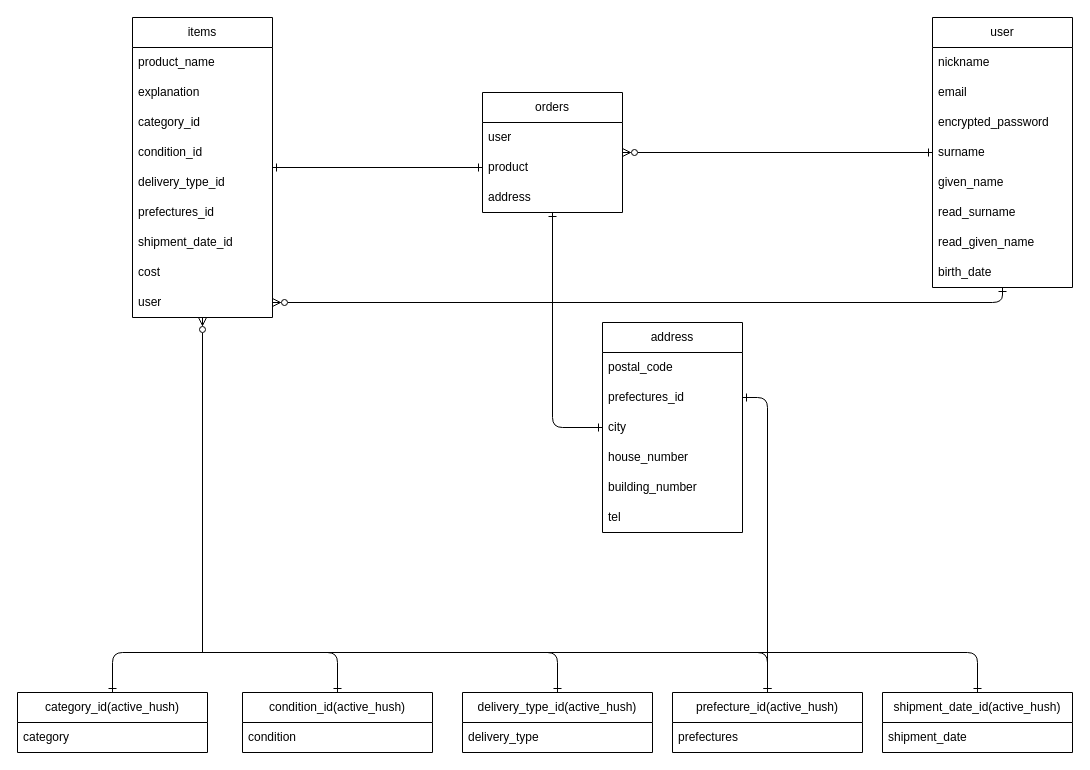
This is furima_ER.dio from Yuya7124/furima-39057, a draw.io file, before an edit. Source tidied: cells renumbered, new cells numbered last; positions are measured from the earlier drawing's top-left corner, leaving out a move shared by most shapes. Both pictures are drawn from the tidied source at 100%, with x=0, y=0 at pixel (17, 17).
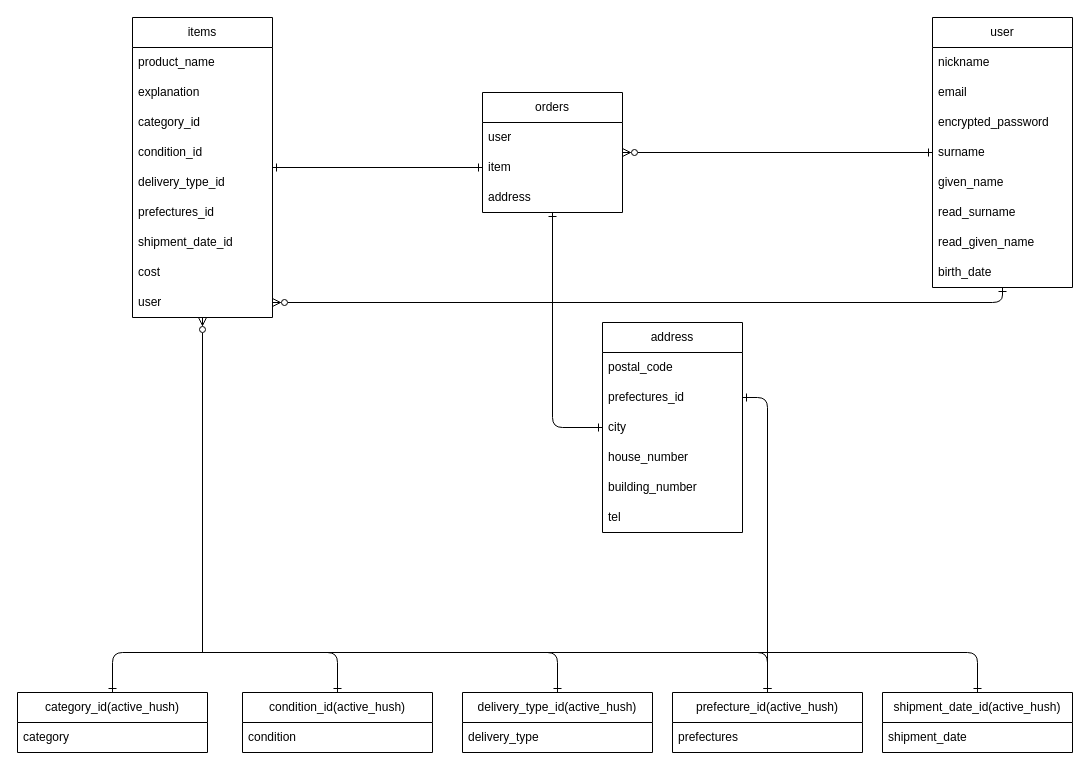
The same diagram, later.

Unchanged cells that the change refers to:
```xml
<mxCell id="29" value="orders" style="swimlane;fontStyle=0;horizontal=1;startSize=30;whiteSpace=wrap;html=1;" parent="1" vertex="1">
  <mxGeometry x="465" y="75" width="140" height="120" as="geometry" />
</mxCell>
```

What changed in the source:
```diff
@@
-    <mxCell id="31" value="product" style="text;strokeColor=none;fillColor=none;align=left;verticalAlign=middle;spacingLeft=4;spacingRight=4;overflow=hidden;points=[[0,0.5],[1,0.5]];portConstraint=eastwest;whiteSpace=wrap;html=1;" parent="29" vertex="1">
+    <mxCell id="31" value="item" style="text;strokeColor=none;fillColor=none;align=left;verticalAlign=middle;spacingLeft=4;spacingRight=4;overflow=hidden;points=[[0,0.5],[1,0.5]];portConstraint=eastwest;whiteSpace=wrap;html=1;" parent="29" vertex="1">
       <mxGeometry y="60" width="140" height="30" as="geometry" />
     </mxCell>
```
